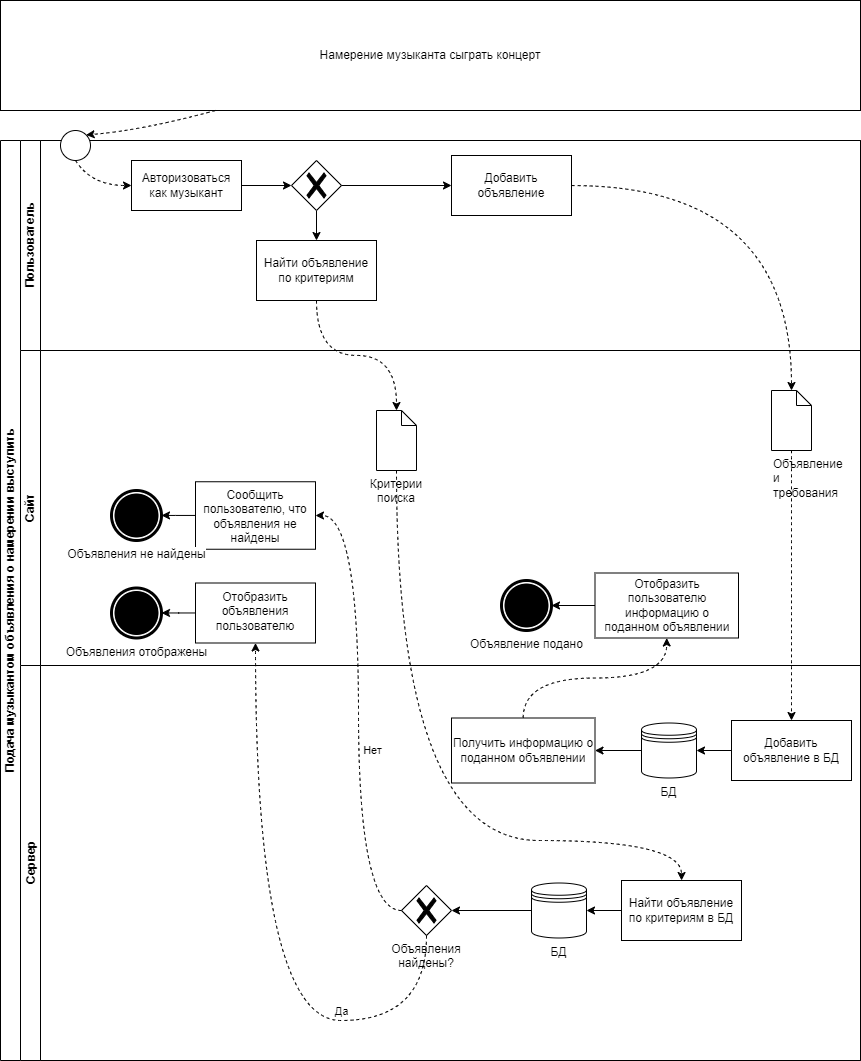
Earlier version of the draw.io export BPMN.drawio.png (richkats/diploma). Source tidied: cells renumbered, new cells last; positions are measured from the earlier drawing's top-left corner, leaving out a move shared by most shapes.
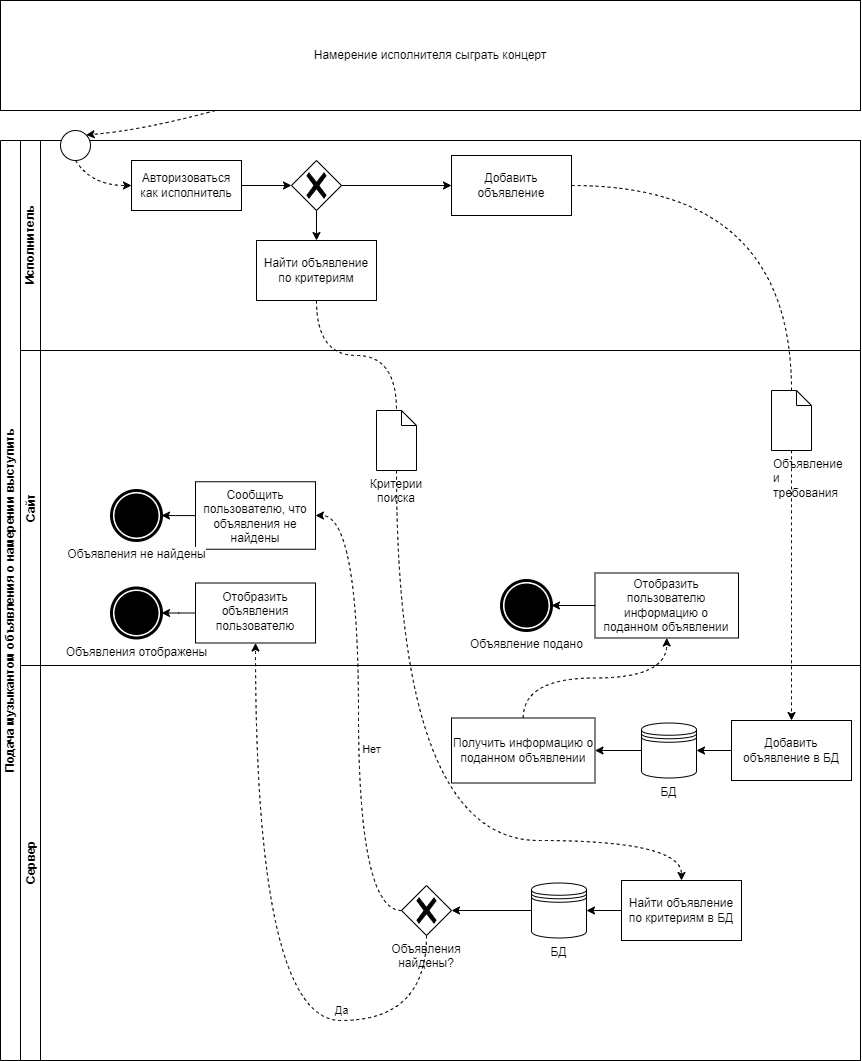
After the commit.

Change to the diagram source:
```diff
@@ -5,7 +5,7 @@
     <mxCell id="2" value="Подача музыкантом объявления о намерении выступить" style="swimlane;html=1;horizontal=0;startSize=20;" parent="1" vertex="1">
       <mxGeometry y="140" width="860" height="920" as="geometry" />
     </mxCell>
-    <mxCell id="3" value="Пользователь" style="swimlane;html=1;startSize=20;horizontal=0;" parent="2" vertex="1">
+    <mxCell id="3" value="Исполнитель" style="swimlane;html=1;startSize=20;horizontal=0;" parent="2" vertex="1">
       <mxGeometry x="20" width="840" height="210" as="geometry" />
     </mxCell>
     <mxCell id="4" style="ellipse;whiteSpace=wrap;html=1;" parent="3" vertex="1">
@@ -16,7 +16,7 @@
         <mxPoint x="271" y="45" as="targetPoint" />
       </mxGeometry>
     </mxCell>
-    <mxCell id="6" value="Авторизоваться как музыкант" style="rounded=0;whiteSpace=wrap;html=1;" parent="3" vertex="1">
+    <mxCell id="6" value="Авторизоваться как исполнитель" style="rounded=0;whiteSpace=wrap;html=1;" parent="3" vertex="1">
       <mxGeometry x="111" y="20" width="110" height="50" as="geometry" />
     </mxCell>
     <mxCell id="7" style="endArrow=classic;html=1;entryX=0;entryY=0.5;entryDx=0;entryDy=0;exitX=0.5;exitY=1;exitDx=0;exitDy=0;endFill=1;startArrow=none;startFill=0;curved=1;dashed=1;" parent="3" edge="1" source="4" target="6">
@@ -41,7 +41,7 @@
     <mxCell id="12" style="edgeStyle=orthogonalEdgeStyle;curved=1;jettySize=auto;html=1;startArrow=none;startFill=0;endArrow=classic;endFill=1;" parent="3" edge="1" source="9" target="11">
       <mxGeometry relative="1" as="geometry" />
     </mxCell>
-    <mxCell id="13" style="edgeStyle=orthogonalEdgeStyle;jettySize=auto;html=1;startArrow=none;startFill=0;endArrow=classic;endFill=1;dashed=1;curved=1;entryX=0.5;entryY=0;entryDx=0;entryDy=0;entryPerimeter=0;" parent="2" edge="1" source="11" target="16">
+    <mxCell id="13" style="edgeStyle=orthogonalEdgeStyle;jettySize=auto;html=1;startArrow=none;startFill=0;endArrow=none;endFill=0;dashed=1;curved=1;entryX=0.5;entryY=0;entryDx=0;entryDy=0;entryPerimeter=0;" parent="2" edge="1" source="11" target="16">
       <mxGeometry relative="1" as="geometry">
         <Array as="points">
           <mxPoint x="791" y="45" />
@@ -120,7 +120,7 @@
     <mxCell id="37" value="Объявления найдены?" style="points=[[0.25,0.25,0],[0.5,0,0],[0.75,0.25,0],[1,0.5,0],[0.75,0.75,0],[0.5,1,0],[0.25,0.75,0],[0,0.5,0]];shape=mxgraph.bpmn.gateway2;verticalLabelPosition=bottom;labelBackgroundColor=default;verticalAlign=top;align=center;perimeter=rhombusPerimeter;outlineConnect=0;outline=none;symbol=none;gwType=exclusive;html=1;labelBorderColor=none;whiteSpace=wrap;fillColor=default;" parent="27" vertex="1">
       <mxGeometry x="381" y="220" width="50" height="50" as="geometry" />
     </mxCell>
-    <mxCell id="38" style="edgeStyle=orthogonalEdgeStyle;curved=1;jettySize=auto;html=1;dashed=1;startArrow=none;startFill=0;endArrow=classic;endFill=1;entryX=0.5;entryY=0;entryDx=0;entryDy=0;entryPerimeter=0;" parent="2" edge="1" source="10" target="18">
+    <mxCell id="38" style="edgeStyle=orthogonalEdgeStyle;curved=1;jettySize=auto;html=1;dashed=1;startArrow=none;startFill=0;endArrow=none;endFill=0;entryX=0.5;entryY=0;entryDx=0;entryDy=0;entryPerimeter=0;" parent="2" edge="1" source="10" target="18">
       <mxGeometry relative="1" as="geometry" />
     </mxCell>
     <mxCell id="39" style="edgeStyle=orthogonalEdgeStyle;curved=1;jettySize=auto;html=1;startArrow=none;startFill=0;endArrow=classic;endFill=1;dashed=1;" parent="2" edge="1" source="32" target="19">
@@ -155,7 +155,7 @@
         <mxPoint y="15" as="offset" />
       </mxGeometry>
     </mxCell>
-    <mxCell id="45" value="Намерение музыканта сыграть концерт" style="rounded=0;whiteSpace=wrap;html=1;" parent="1" vertex="1">
+    <mxCell id="45" value="Намерение исполнителя сыграть концерт" style="rounded=0;whiteSpace=wrap;html=1;" parent="1" vertex="1">
       <mxGeometry width="860" height="110" as="geometry" />
     </mxCell>
     <mxCell id="46" style="endArrow=classic;dashed=1;html=1;entryX=1;entryY=0;entryDx=0;entryDy=0;exitX=0.25;exitY=1;exitDx=0;exitDy=0;endFill=1;startArrow=none;startFill=0;curved=1;" parent="1" edge="1" source="45" target="4">
```
